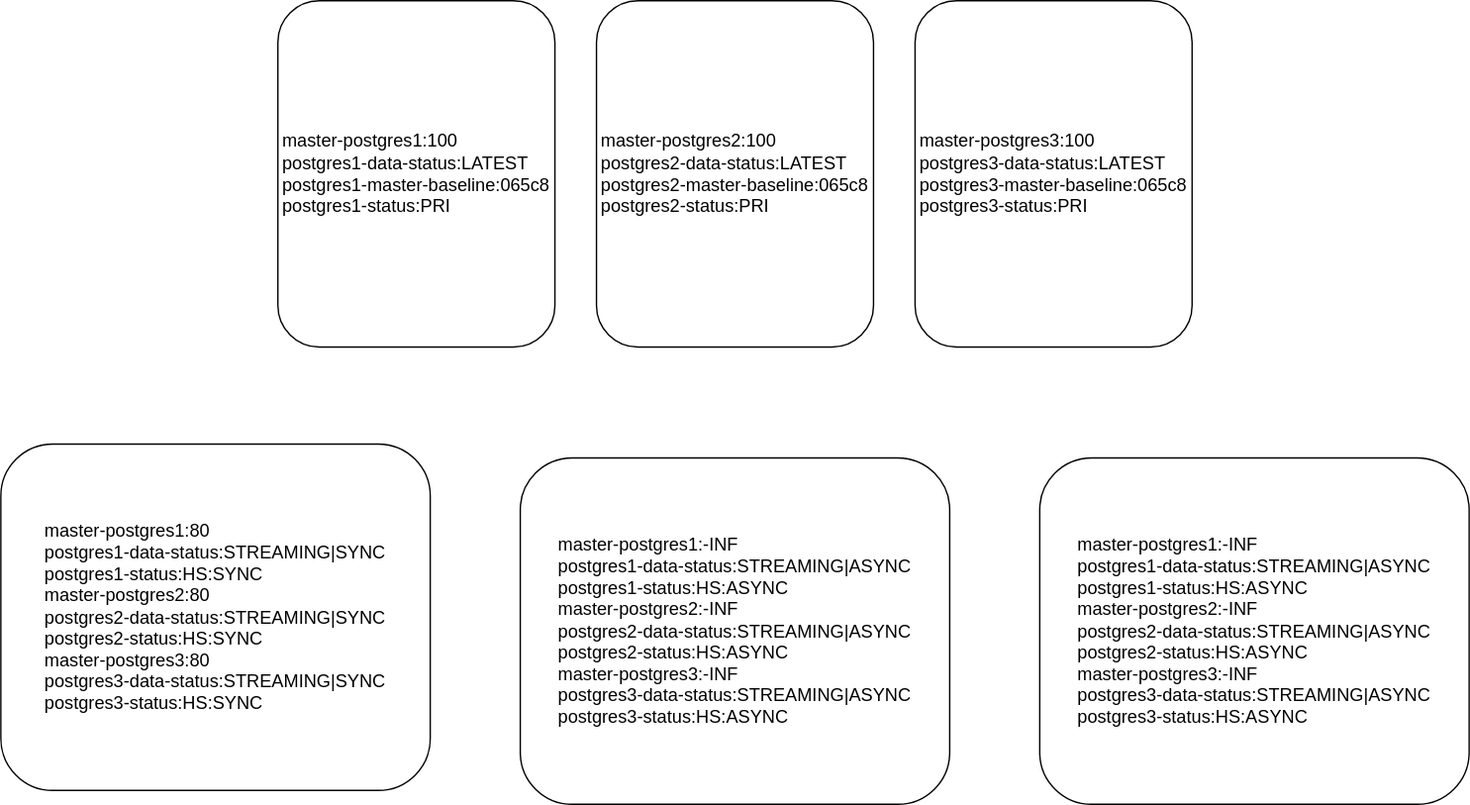
Above: n+mDEMO.svg in simplecodeyu/hot-standy-keepalived-postgres (draw.io), before the change. Source tidied: cells renumbered, new cells last; positions are measured from the earlier drawing's top-left corner, leaving out a move shared by most shapes.
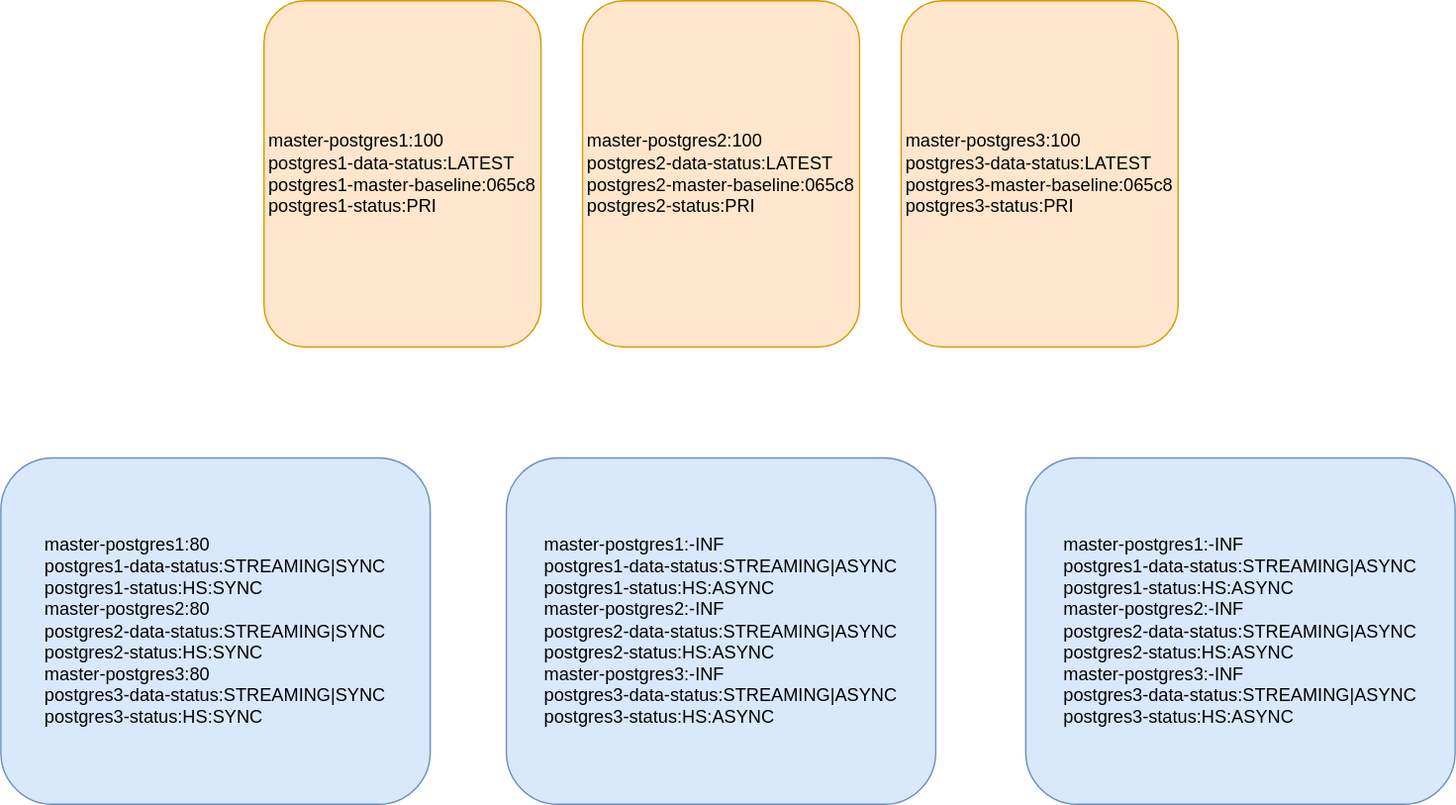
The same file after the commit.

Change to the diagram source:
```diff
@@ -2,22 +2,22 @@
   <root>
     <mxCell id="0" />
     <mxCell id="1" parent="0" />
-    <mxCell id="2" value="&lt;div style=&quot;text-align: left&quot;&gt;&lt;span style=&quot;font-size: 13px&quot;&gt;master-postgres1:80&lt;/span&gt;&lt;/div&gt;&lt;span style=&quot;font-size: 13px&quot;&gt;&lt;div style=&quot;text-align: left&quot;&gt;postgres1-data-status:STREAMING|SYNC&lt;/div&gt;&lt;div style=&quot;text-align: left&quot;&gt;postgres1-status:HS:SYNC&lt;/div&gt;&lt;/span&gt;&lt;span style=&quot;font-size: 13px&quot;&gt;&lt;div style=&quot;text-align: left&quot;&gt;&lt;div style=&quot;font-size: 12px&quot;&gt;&lt;span style=&quot;font-size: 13px&quot;&gt;master-postgres2:80&lt;/span&gt;&lt;/div&gt;&lt;span style=&quot;text-align: center&quot;&gt;&lt;div style=&quot;text-align: left&quot;&gt;postgres2-data-status:&lt;span&gt;STREAMING|SYNC&lt;/span&gt;&lt;/div&gt;&lt;/span&gt;&lt;span style=&quot;text-align: center&quot;&gt;&lt;div style=&quot;text-align: left&quot;&gt;postgres2-status:&lt;span&gt;HS:SYNC&lt;/span&gt;&lt;/div&gt;&lt;/span&gt;&lt;span style=&quot;text-align: center&quot;&gt;&lt;div style=&quot;text-align: left&quot;&gt;&lt;div style=&quot;font-size: 12px&quot;&gt;&lt;span style=&quot;font-size: 13px&quot;&gt;master-postgres3:80&lt;/span&gt;&lt;/div&gt;&lt;span style=&quot;text-align: center&quot;&gt;&lt;div style=&quot;text-align: left&quot;&gt;postgres3-data-status:&lt;span&gt;STREAMING|SYNC&lt;/span&gt;&lt;/div&gt;&lt;/span&gt;&lt;span style=&quot;text-align: center&quot;&gt;&lt;div style=&quot;text-align: left&quot;&gt;postgres3-status:HS:SYNC&lt;/div&gt;&lt;/span&gt;&lt;/div&gt;&lt;/span&gt;&lt;/div&gt;&lt;/span&gt;" style="rounded=1;whiteSpace=wrap;html=1;" parent="1" vertex="1">
-      <mxGeometry y="320" width="310" height="250" as="geometry" />
+    <mxCell id="2" value="&lt;div style=&quot;text-align: left&quot;&gt;&lt;span style=&quot;font-size: 13px&quot;&gt;master-postgres1:80&lt;/span&gt;&lt;/div&gt;&lt;span style=&quot;font-size: 13px&quot;&gt;&lt;div style=&quot;text-align: left&quot;&gt;postgres1-data-status:STREAMING|SYNC&lt;/div&gt;&lt;div style=&quot;text-align: left&quot;&gt;postgres1-status:HS:SYNC&lt;/div&gt;&lt;/span&gt;&lt;span style=&quot;font-size: 13px&quot;&gt;&lt;div style=&quot;text-align: left&quot;&gt;&lt;div style=&quot;font-size: 12px&quot;&gt;&lt;span style=&quot;font-size: 13px&quot;&gt;master-postgres2:80&lt;/span&gt;&lt;/div&gt;&lt;span style=&quot;text-align: center&quot;&gt;&lt;div style=&quot;text-align: left&quot;&gt;postgres2-data-status:&lt;span&gt;STREAMING|SYNC&lt;/span&gt;&lt;/div&gt;&lt;/span&gt;&lt;span style=&quot;text-align: center&quot;&gt;&lt;div style=&quot;text-align: left&quot;&gt;postgres2-status:&lt;span&gt;HS:SYNC&lt;/span&gt;&lt;/div&gt;&lt;/span&gt;&lt;span style=&quot;text-align: center&quot;&gt;&lt;div style=&quot;text-align: left&quot;&gt;&lt;div style=&quot;font-size: 12px&quot;&gt;&lt;span style=&quot;font-size: 13px&quot;&gt;master-postgres3:80&lt;/span&gt;&lt;/div&gt;&lt;span style=&quot;text-align: center&quot;&gt;&lt;div style=&quot;text-align: left&quot;&gt;postgres3-data-status:&lt;span&gt;STREAMING|SYNC&lt;/span&gt;&lt;/div&gt;&lt;/span&gt;&lt;span style=&quot;text-align: center&quot;&gt;&lt;div style=&quot;text-align: left&quot;&gt;postgres3-status:HS:SYNC&lt;/div&gt;&lt;/span&gt;&lt;/div&gt;&lt;/span&gt;&lt;/div&gt;&lt;/span&gt;" style="rounded=1;whiteSpace=wrap;html=1;fillColor=#dae8fc;strokeColor=#6c8ebf;" parent="1" vertex="1">
+      <mxGeometry x="10" y="330" width="310" height="250" as="geometry" />
     </mxCell>
-    <mxCell id="3" value="&lt;div style=&quot;text-align: left&quot;&gt;&lt;span style=&quot;font-size: 13px&quot;&gt;master-postgres3:100&lt;/span&gt;&lt;/div&gt;&lt;span style=&quot;font-size: 13px&quot;&gt;&lt;div style=&quot;text-align: left&quot;&gt;&lt;span&gt;postgres3-data-status:LATEST&lt;/span&gt;&lt;/div&gt;&lt;div style=&quot;text-align: left&quot;&gt;&lt;span&gt;postgres3-master-baseline:065c8&lt;/span&gt;&lt;/div&gt;&lt;div style=&quot;text-align: left&quot;&gt;&lt;span&gt;postgres3-status:PRI&lt;/span&gt;&lt;/div&gt;&lt;/span&gt;" style="rounded=1;whiteSpace=wrap;html=1;" parent="1" vertex="1">
+    <mxCell id="3" value="&lt;div style=&quot;text-align: left&quot;&gt;&lt;span style=&quot;font-size: 13px&quot;&gt;master-postgres3:100&lt;/span&gt;&lt;/div&gt;&lt;span style=&quot;font-size: 13px&quot;&gt;&lt;div style=&quot;text-align: left&quot;&gt;&lt;span&gt;postgres3-data-status:LATEST&lt;/span&gt;&lt;/div&gt;&lt;div style=&quot;text-align: left&quot;&gt;&lt;span&gt;postgres3-master-baseline:065c8&lt;/span&gt;&lt;/div&gt;&lt;div style=&quot;text-align: left&quot;&gt;&lt;span&gt;postgres3-status:PRI&lt;/span&gt;&lt;/div&gt;&lt;/span&gt;" style="rounded=1;whiteSpace=wrap;html=1;fillColor=#ffe6cc;strokeColor=#d79b00;" parent="1" vertex="1">
       <mxGeometry x="660" width="200" height="250" as="geometry" />
     </mxCell>
-    <mxCell id="4" value="&lt;div style=&quot;text-align: left&quot;&gt;&lt;span style=&quot;font-size: 13px&quot;&gt;master-postgres2:100&lt;/span&gt;&lt;/div&gt;&lt;span style=&quot;font-size: 13px&quot;&gt;&lt;div style=&quot;text-align: left&quot;&gt;&lt;span&gt;postgres2-data-status:LATEST&lt;/span&gt;&lt;/div&gt;&lt;div style=&quot;text-align: left&quot;&gt;&lt;span&gt;postgres2-master-baseline:065c8&lt;/span&gt;&lt;/div&gt;&lt;div style=&quot;text-align: left&quot;&gt;&lt;span&gt;postgres2-status:PRI&lt;/span&gt;&lt;/div&gt;&lt;/span&gt;" style="rounded=1;whiteSpace=wrap;html=1;" parent="1" vertex="1">
+    <mxCell id="4" value="&lt;div style=&quot;text-align: left&quot;&gt;&lt;span style=&quot;font-size: 13px&quot;&gt;master-postgres2:100&lt;/span&gt;&lt;/div&gt;&lt;span style=&quot;font-size: 13px&quot;&gt;&lt;div style=&quot;text-align: left&quot;&gt;&lt;span&gt;postgres2-data-status:LATEST&lt;/span&gt;&lt;/div&gt;&lt;div style=&quot;text-align: left&quot;&gt;&lt;span&gt;postgres2-master-baseline:065c8&lt;/span&gt;&lt;/div&gt;&lt;div style=&quot;text-align: left&quot;&gt;&lt;span&gt;postgres2-status:PRI&lt;/span&gt;&lt;/div&gt;&lt;/span&gt;" style="rounded=1;whiteSpace=wrap;html=1;fillColor=#ffe6cc;strokeColor=#d79b00;" parent="1" vertex="1">
       <mxGeometry x="430" width="200" height="250" as="geometry" />
     </mxCell>
-    <mxCell id="5" value="&lt;div style=&quot;text-align: left&quot;&gt;&lt;span style=&quot;font-size: 13px&quot;&gt;master-postgres1:100&lt;/span&gt;&lt;/div&gt;&lt;span style=&quot;font-size: 13px&quot;&gt;&lt;div style=&quot;text-align: left&quot;&gt;&lt;span&gt;postgres1-data-status:LATEST&lt;/span&gt;&lt;/div&gt;&lt;div style=&quot;text-align: left&quot;&gt;&lt;span&gt;postgres1-master-baseline:065c8&lt;/span&gt;&lt;/div&gt;&lt;div style=&quot;text-align: left&quot;&gt;&lt;span&gt;postgres1-status:PRI&lt;/span&gt;&lt;/div&gt;&lt;/span&gt;" style="rounded=1;whiteSpace=wrap;html=1;" parent="1" vertex="1">
+    <mxCell id="5" value="&lt;div style=&quot;text-align: left&quot;&gt;&lt;span style=&quot;font-size: 13px&quot;&gt;master-postgres1:100&lt;/span&gt;&lt;/div&gt;&lt;span style=&quot;font-size: 13px&quot;&gt;&lt;div style=&quot;text-align: left&quot;&gt;&lt;span&gt;postgres1-data-status:LATEST&lt;/span&gt;&lt;/div&gt;&lt;div style=&quot;text-align: left&quot;&gt;&lt;span&gt;postgres1-master-baseline:065c8&lt;/span&gt;&lt;/div&gt;&lt;div style=&quot;text-align: left&quot;&gt;&lt;span&gt;postgres1-status:PRI&lt;/span&gt;&lt;/div&gt;&lt;/span&gt;" style="rounded=1;whiteSpace=wrap;html=1;fillColor=#ffe6cc;strokeColor=#d79b00;" parent="1" vertex="1">
       <mxGeometry x="200" width="200" height="250" as="geometry" />
     </mxCell>
-    <mxCell id="6" value="&lt;div style=&quot;text-align: left&quot;&gt;&lt;span style=&quot;font-size: 13px&quot;&gt;master-postgres1:-INF&lt;/span&gt;&lt;/div&gt;&lt;span style=&quot;font-size: 13px&quot;&gt;&lt;div style=&quot;text-align: left&quot;&gt;postgres1-data-status:STREAMING|ASYNC&lt;/div&gt;&lt;div style=&quot;text-align: left&quot;&gt;postgres1-status:HS:ASYNC&lt;/div&gt;&lt;/span&gt;&lt;span style=&quot;font-size: 13px&quot;&gt;&lt;div style=&quot;text-align: left&quot;&gt;&lt;div style=&quot;font-size: 12px&quot;&gt;&lt;span style=&quot;font-size: 13px&quot;&gt;master-postgres2:-INF&lt;/span&gt;&lt;/div&gt;&lt;span style=&quot;text-align: center&quot;&gt;&lt;div style=&quot;text-align: left&quot;&gt;postgres2-data-status:&lt;span&gt;STREAMING|ASYNC&lt;/span&gt;&lt;/div&gt;&lt;/span&gt;&lt;span style=&quot;text-align: center&quot;&gt;&lt;div style=&quot;text-align: left&quot;&gt;postgres2-status:&lt;span&gt;HS:ASYNC&lt;/span&gt;&lt;/div&gt;&lt;/span&gt;&lt;span style=&quot;text-align: center&quot;&gt;&lt;div style=&quot;text-align: left&quot;&gt;&lt;div style=&quot;font-size: 12px&quot;&gt;&lt;span style=&quot;font-size: 13px&quot;&gt;master-postgres3:-INF&lt;/span&gt;&lt;/div&gt;&lt;span style=&quot;text-align: center&quot;&gt;&lt;div style=&quot;text-align: left&quot;&gt;postgres3-data-status:&lt;span&gt;STREAMING|ASYNC&lt;/span&gt;&lt;/div&gt;&lt;/span&gt;&lt;span style=&quot;text-align: center&quot;&gt;&lt;div style=&quot;text-align: left&quot;&gt;postgres3-status:HS:ASYNC&lt;/div&gt;&lt;/span&gt;&lt;/div&gt;&lt;/span&gt;&lt;/div&gt;&lt;/span&gt;" style="rounded=1;whiteSpace=wrap;html=1;" parent="1" vertex="1">
+    <mxCell id="6" value="&lt;div style=&quot;text-align: left&quot;&gt;&lt;span style=&quot;font-size: 13px&quot;&gt;master-postgres1:-INF&lt;/span&gt;&lt;/div&gt;&lt;span style=&quot;font-size: 13px&quot;&gt;&lt;div style=&quot;text-align: left&quot;&gt;postgres1-data-status:STREAMING|ASYNC&lt;/div&gt;&lt;div style=&quot;text-align: left&quot;&gt;postgres1-status:HS:ASYNC&lt;/div&gt;&lt;/span&gt;&lt;span style=&quot;font-size: 13px&quot;&gt;&lt;div style=&quot;text-align: left&quot;&gt;&lt;div style=&quot;font-size: 12px&quot;&gt;&lt;span style=&quot;font-size: 13px&quot;&gt;master-postgres2:-INF&lt;/span&gt;&lt;/div&gt;&lt;span style=&quot;text-align: center&quot;&gt;&lt;div style=&quot;text-align: left&quot;&gt;postgres2-data-status:&lt;span&gt;STREAMING|ASYNC&lt;/span&gt;&lt;/div&gt;&lt;/span&gt;&lt;span style=&quot;text-align: center&quot;&gt;&lt;div style=&quot;text-align: left&quot;&gt;postgres2-status:&lt;span&gt;HS:ASYNC&lt;/span&gt;&lt;/div&gt;&lt;/span&gt;&lt;span style=&quot;text-align: center&quot;&gt;&lt;div style=&quot;text-align: left&quot;&gt;&lt;div style=&quot;font-size: 12px&quot;&gt;&lt;span style=&quot;font-size: 13px&quot;&gt;master-postgres3:-INF&lt;/span&gt;&lt;/div&gt;&lt;span style=&quot;text-align: center&quot;&gt;&lt;div style=&quot;text-align: left&quot;&gt;postgres3-data-status:&lt;span&gt;STREAMING|ASYNC&lt;/span&gt;&lt;/div&gt;&lt;/span&gt;&lt;span style=&quot;text-align: center&quot;&gt;&lt;div style=&quot;text-align: left&quot;&gt;postgres3-status:HS:ASYNC&lt;/div&gt;&lt;/span&gt;&lt;/div&gt;&lt;/span&gt;&lt;/div&gt;&lt;/span&gt;" style="rounded=1;whiteSpace=wrap;html=1;fillColor=#dae8fc;strokeColor=#6c8ebf;" parent="1" vertex="1">
       <mxGeometry x="375" y="330" width="310" height="250" as="geometry" />
     </mxCell>
-    <mxCell id="7" value="&lt;div style=&quot;text-align: left&quot;&gt;&lt;span style=&quot;font-size: 13px&quot;&gt;master-postgres1:-INF&lt;/span&gt;&lt;/div&gt;&lt;span style=&quot;font-size: 13px&quot;&gt;&lt;div style=&quot;text-align: left&quot;&gt;postgres1-data-status:STREAMING|ASYNC&lt;/div&gt;&lt;div style=&quot;text-align: left&quot;&gt;postgres1-status:HS:ASYNC&lt;/div&gt;&lt;/span&gt;&lt;span style=&quot;font-size: 13px&quot;&gt;&lt;div style=&quot;text-align: left&quot;&gt;&lt;div style=&quot;font-size: 12px&quot;&gt;&lt;span style=&quot;font-size: 13px&quot;&gt;master-postgres2:-INF&lt;/span&gt;&lt;/div&gt;&lt;span style=&quot;text-align: center&quot;&gt;&lt;div style=&quot;text-align: left&quot;&gt;postgres2-data-status:&lt;span&gt;STREAMING|ASYNC&lt;/span&gt;&lt;/div&gt;&lt;/span&gt;&lt;span style=&quot;text-align: center&quot;&gt;&lt;div style=&quot;text-align: left&quot;&gt;postgres2-status:&lt;span&gt;HS:ASYNC&lt;/span&gt;&lt;/div&gt;&lt;/span&gt;&lt;span style=&quot;text-align: center&quot;&gt;&lt;div style=&quot;text-align: left&quot;&gt;&lt;div style=&quot;font-size: 12px&quot;&gt;&lt;span style=&quot;font-size: 13px&quot;&gt;master-postgres3:-INF&lt;/span&gt;&lt;/div&gt;&lt;span style=&quot;text-align: center&quot;&gt;&lt;div style=&quot;text-align: left&quot;&gt;postgres3-data-status:&lt;span&gt;STREAMING|ASYNC&lt;/span&gt;&lt;/div&gt;&lt;/span&gt;&lt;span style=&quot;text-align: center&quot;&gt;&lt;div style=&quot;text-align: left&quot;&gt;postgres3-status:HS:ASYNC&lt;/div&gt;&lt;/span&gt;&lt;/div&gt;&lt;/span&gt;&lt;/div&gt;&lt;/span&gt;" style="rounded=1;whiteSpace=wrap;html=1;" parent="1" vertex="1">
+    <mxCell id="7" value="&lt;div style=&quot;text-align: left&quot;&gt;&lt;span style=&quot;font-size: 13px&quot;&gt;master-postgres1:-INF&lt;/span&gt;&lt;/div&gt;&lt;span style=&quot;font-size: 13px&quot;&gt;&lt;div style=&quot;text-align: left&quot;&gt;postgres1-data-status:STREAMING|ASYNC&lt;/div&gt;&lt;div style=&quot;text-align: left&quot;&gt;postgres1-status:HS:ASYNC&lt;/div&gt;&lt;/span&gt;&lt;span style=&quot;font-size: 13px&quot;&gt;&lt;div style=&quot;text-align: left&quot;&gt;&lt;div style=&quot;font-size: 12px&quot;&gt;&lt;span style=&quot;font-size: 13px&quot;&gt;master-postgres2:-INF&lt;/span&gt;&lt;/div&gt;&lt;span style=&quot;text-align: center&quot;&gt;&lt;div style=&quot;text-align: left&quot;&gt;postgres2-data-status:&lt;span&gt;STREAMING|ASYNC&lt;/span&gt;&lt;/div&gt;&lt;/span&gt;&lt;span style=&quot;text-align: center&quot;&gt;&lt;div style=&quot;text-align: left&quot;&gt;postgres2-status:&lt;span&gt;HS:ASYNC&lt;/span&gt;&lt;/div&gt;&lt;/span&gt;&lt;span style=&quot;text-align: center&quot;&gt;&lt;div style=&quot;text-align: left&quot;&gt;&lt;div style=&quot;font-size: 12px&quot;&gt;&lt;span style=&quot;font-size: 13px&quot;&gt;master-postgres3:-INF&lt;/span&gt;&lt;/div&gt;&lt;span style=&quot;text-align: center&quot;&gt;&lt;div style=&quot;text-align: left&quot;&gt;postgres3-data-status:&lt;span&gt;STREAMING|ASYNC&lt;/span&gt;&lt;/div&gt;&lt;/span&gt;&lt;span style=&quot;text-align: center&quot;&gt;&lt;div style=&quot;text-align: left&quot;&gt;postgres3-status:HS:ASYNC&lt;/div&gt;&lt;/span&gt;&lt;/div&gt;&lt;/span&gt;&lt;/div&gt;&lt;/span&gt;" style="rounded=1;whiteSpace=wrap;html=1;fillColor=#dae8fc;strokeColor=#6c8ebf;" parent="1" vertex="1">
       <mxGeometry x="750" y="330" width="310" height="250" as="geometry" />
     </mxCell>
   </root>
```
